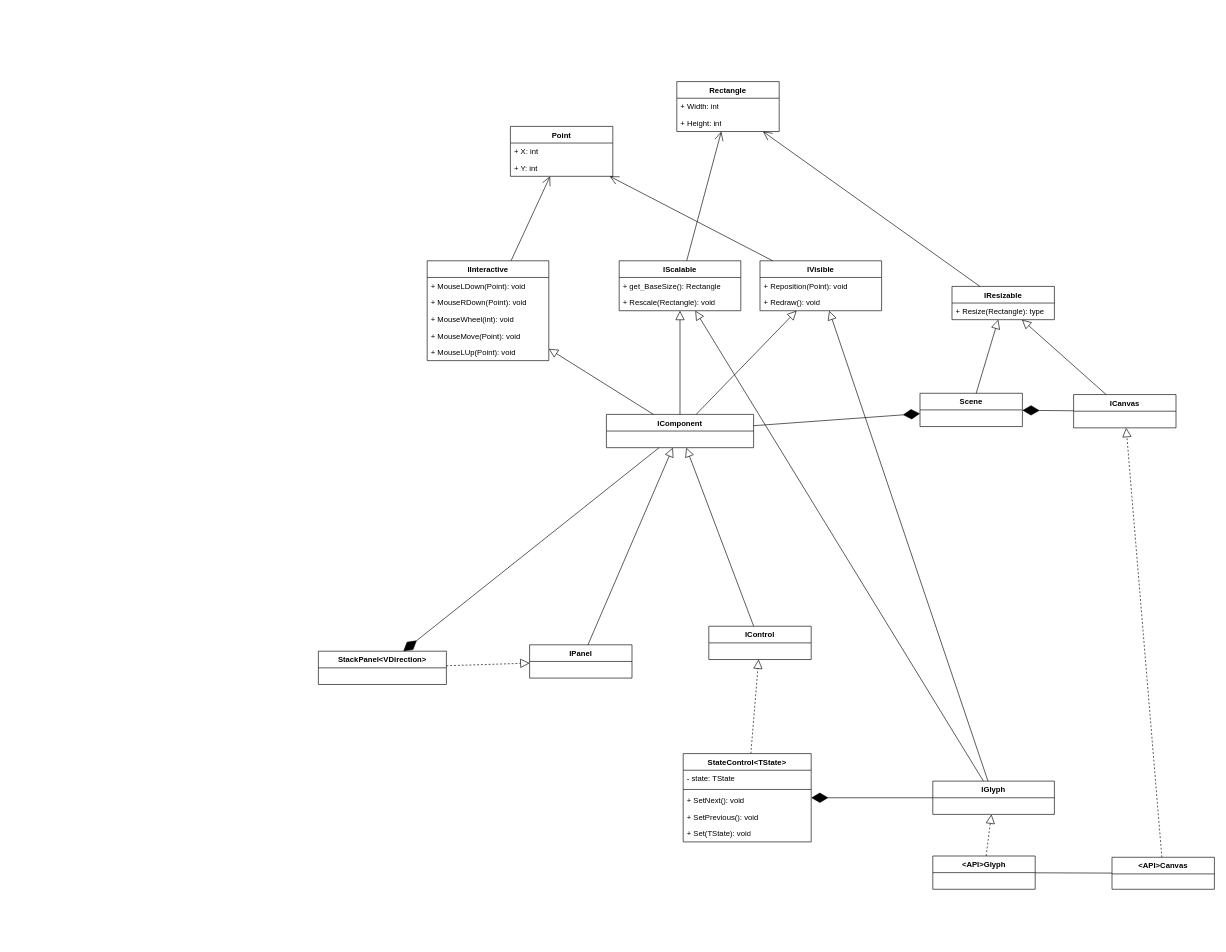
Before: doc/ui/class_diagram.drawio in vitalii-samoilenko/voicemeeter-deskband, a draw.io diagram. Source tidied: cells renumbered, new cells numbered last; positions are measured from the earlier drawing's top-left corner, leaving out a move shared by most shapes. Both pictures are drawn from the tidied source at 64%, with x=0, y=0 at pixel (318, 81).
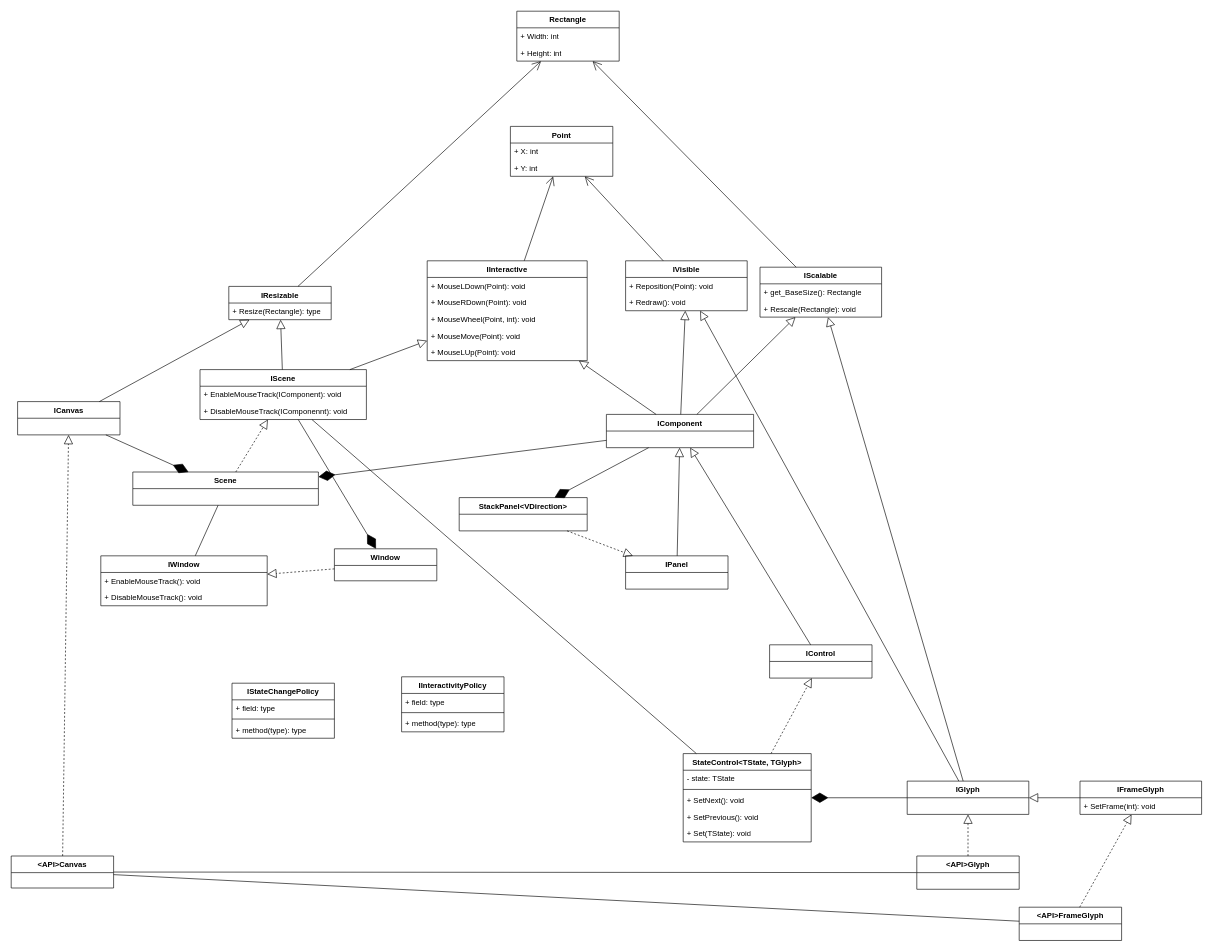
The same diagram, later.

Commit message (it also covers changes not shown here):
Refine class diagram

Diff of the diagram source:
```diff
@@
     <mxCell id="2" value="ICanvas" style="swimlane;fontStyle=1;align=center;verticalAlign=top;horizontal=1;startSize=26;whiteSpace=wrap;html=1;" parent="1" vertex="1">
-      <mxGeometry x="1180" y="489" width="160" height="52" as="geometry" />
+      <mxGeometry x="-470" y="500" width="160" height="52" as="geometry" />
     </mxCell>
     <mxCell id="3" value="IGlyph" style="swimlane;fontStyle=1;align=center;verticalAlign=top;horizontal=1;startSize=26;whiteSpace=wrap;html=1;" parent="1" vertex="1">
-      <mxGeometry x="960" y="1093" width="190" height="52" as="geometry" />
+      <mxGeometry x="920" y="1093" width="190" height="52" as="geometry" />
     </mxCell>
@@
     <mxCell id="5" value="IPanel" style="swimlane;fontStyle=1;align=center;verticalAlign=top;horizontal=1;startSize=26;whiteSpace=wrap;html=1;" parent="1" vertex="1">
-      <mxGeometry x="330" y="880" width="160" height="52" as="geometry" />
+      <mxGeometry x="480" y="741" width="160" height="52" as="geometry" />
     </mxCell>
     <mxCell id="6" value="IControl" style="swimlane;fontStyle=1;align=center;verticalAlign=top;horizontal=1;startSize=26;whiteSpace=wrap;html=1;" parent="1" vertex="1">
-      <mxGeometry x="610" y="851" width="160" height="52" as="geometry" />
+      <mxGeometry x="705" y="880" width="160" height="52" as="geometry" />
     </mxCell>
-    <mxCell id="7" value="StateControl&amp;lt;TState&amp;gt;" style="swimlane;fontStyle=1;align=center;verticalAlign=top;horizontal=1;startSize=26;whiteSpace=wrap;html=1;" parent="1" vertex="1">
+    <mxCell id="7" value="StateControl&amp;lt;TState, TGlyph&amp;gt;" style="swimlane;fontStyle=1;align=center;verticalAlign=top;horizontal=1;startSize=26;whiteSpace=wrap;html=1;" parent="1" vertex="1">
       <mxGeometry x="570" y="1050" width="200" height="138" as="geometry" />
     </mxCell>
@@
     <mxCell id="13" value="Scene" style="swimlane;fontStyle=1;align=center;verticalAlign=top;horizontal=1;startSize=26;whiteSpace=wrap;html=1;" parent="1" vertex="1">
-      <mxGeometry x="940" y="487" width="160" height="52" as="geometry" />
+      <mxGeometry x="-290" y="610" width="290" height="52" as="geometry" />
     </mxCell>
@@
     <mxCell id="23" value="Rectangle" style="swimlane;fontStyle=1;align=center;verticalAlign=top;horizontal=1;startSize=26;whiteSpace=wrap;html=1;" parent="1" vertex="1">
-      <mxGeometry x="560" width="160" height="78" as="geometry" />
+      <mxGeometry x="310" y="-110" width="160" height="78" as="geometry" />
     </mxCell>
@@
     <mxCell id="26" value="StackPanel&amp;lt;VDirection&amp;gt;" style="swimlane;fontStyle=1;align=center;verticalAlign=top;horizontal=1;startSize=26;whiteSpace=wrap;html=1;" parent="1" vertex="1">
-      <mxGeometry y="890" width="200" height="52" as="geometry" />
+      <mxGeometry x="220" y="650" width="200" height="52" as="geometry" />
     </mxCell>
@@
     <mxCell id="29" value="IInteractive" style="swimlane;fontStyle=1;align=center;verticalAlign=top;horizontal=1;startSize=26;whiteSpace=wrap;html=1;" parent="1" vertex="1">
-      <mxGeometry x="170" y="280" width="190" height="156" as="geometry" />
+      <mxGeometry x="170" y="280" width="250" height="156" as="geometry" />
     </mxCell>
     <mxCell id="30" value="+ MouseLDown(Point): void" style="text;strokeColor=none;fillColor=none;align=left;verticalAlign=top;spacingLeft=4;spacingRight=4;overflow=hidden;whiteSpace=wrap;html=1;" parent="29" vertex="1">
-      <mxGeometry y="26" width="190" height="26" as="geometry" />
+      <mxGeometry y="26" width="250" height="26" as="geometry" />
     </mxCell>
     <mxCell id="31" value="+ MouseRDown(Point): void" style="text;strokeColor=none;fillColor=none;align=left;verticalAlign=top;spacingLeft=4;spacingRight=4;overflow=hidden;whiteSpace=wrap;html=1;" parent="29" vertex="1">
-      <mxGeometry y="52" width="190" height="26" as="geometry" />
+      <mxGeometry y="52" width="250" height="26" as="geometry" />
     </mxCell>
-    <mxCell id="32" value="+ MouseWheel(int): void" style="text;strokeColor=none;fillColor=none;align=left;verticalAlign=top;spacingLeft=4;spacingRight=4;overflow=hidden;whiteSpace=wrap;html=1;" parent="29" vertex="1">
-      <mxGeometry y="78" width="190" height="26" as="geometry" />
+    <mxCell id="32" value="+ MouseWheel(Point, int): void" style="text;strokeColor=none;fillColor=none;align=left;verticalAlign=top;spacingLeft=4;spacingRight=4;overflow=hidden;whiteSpace=wrap;html=1;" parent="29" vertex="1">
+      <mxGeometry y="78" width="250" height="26" as="geometry" />
     </mxCell>
     <mxCell id="33" value="+ MouseMove(Point): void" style="text;strokeColor=none;fillColor=none;align=left;verticalAlign=top;spacingLeft=4;spacingRight=4;overflow=hidden;whiteSpace=wrap;html=1;" parent="29" vertex="1">
-      <mxGeometry y="104" width="190" height="26" as="geometry" />
+      <mxGeometry y="104" width="250" height="26" as="geometry" />
     </mxCell>
     <mxCell id="34" value="+ MouseLUp(Point): void" style="text;strokeColor=none;fillColor=none;align=left;verticalAlign=top;spacingLeft=4;spacingRight=4;overflow=hidden;whiteSpace=wrap;html=1;" parent="29" vertex="1">
-      <mxGeometry y="130" width="190" height="26" as="geometry" />
+      <mxGeometry y="130" width="250" height="26" as="geometry" />
     </mxCell>
     <mxCell id="35" value="IScalable" style="swimlane;fontStyle=1;align=center;verticalAlign=top;horizontal=1;startSize=26;whiteSpace=wrap;html=1;" parent="1" vertex="1">
-      <mxGeometry x="470" y="280" width="190" height="78" as="geometry" />
+      <mxGeometry x="690" y="290" width="190" height="78" as="geometry" />
     </mxCell>
@@
     <mxCell id="38" value="IVisible" style="swimlane;fontStyle=1;align=center;verticalAlign=top;horizontal=1;startSize=26;whiteSpace=wrap;html=1;" parent="1" vertex="1">
-      <mxGeometry x="690" y="280" width="190" height="78" as="geometry" />
+      <mxGeometry x="480" y="280" width="190" height="78" as="geometry" />
     </mxCell>
@@
     <mxCell id="41" value="IResizable" style="swimlane;fontStyle=1;align=center;verticalAlign=top;horizontal=1;startSize=26;whiteSpace=wrap;html=1;" parent="1" vertex="1">
-      <mxGeometry x="990" y="320" width="160" height="52" as="geometry" />
+      <mxGeometry x="-140" y="320" width="160" height="52" as="geometry" />
     </mxCell>
@@
-    <mxCell id="43" style="endArrow=block;endFill=0;endSize=12;html=1;rounded=0;" parent="1" edge="1" source="13" target="41">
+    <mxCell id="43" style="endArrow=block;endFill=0;endSize=12;html=1;rounded=0;dashed=1;" parent="1" edge="1" source="13" target="65">
       <mxGeometry relative="1" as="geometry" />
     </mxCell>
@@
     <mxCell id="50" value="&amp;lt;API&amp;gt;Glyph" style="swimlane;fontStyle=1;align=center;verticalAlign=top;horizontal=1;startSize=26;whiteSpace=wrap;html=1;" parent="1" vertex="1">
-      <mxGeometry x="960" y="1210" width="160" height="52" as="geometry" />
+      <mxGeometry x="935" y="1210" width="160" height="52" as="geometry" />
     </mxCell>
     <mxCell id="51" value="&amp;lt;API&amp;gt;Canvas" style="swimlane;fontStyle=1;align=center;verticalAlign=top;horizontal=1;startSize=26;whiteSpace=wrap;html=1;" parent="1" vertex="1">
-      <mxGeometry x="1240" y="1212" width="160" height="50" as="geometry" />
+      <mxGeometry x="-480" y="1210" width="160" height="50" as="geometry" />
     </mxCell>
@@
+    <mxCell id="59" value="IFrameGlyph" style="swimlane;fontStyle=1;align=center;verticalAlign=top;horizontal=1;startSize=26;whiteSpace=wrap;html=1;" parent="1" vertex="1">
+      <mxGeometry x="1190" y="1093" width="190" height="52" as="geometry" />
+    </mxCell>
+    <mxCell id="60" value="+ SetFrame(int): void" style="text;strokeColor=none;fillColor=none;align=left;verticalAlign=top;spacingLeft=4;spacingRight=4;overflow=hidden;whiteSpace=wrap;html=1;" parent="59" vertex="1">
+      <mxGeometry y="26" width="190" height="26" as="geometry" />
+    </mxCell>
+    <mxCell id="61" style="endArrow=block;endFill=0;endSize=12;html=1;rounded=0;" parent="1" edge="1" source="59" target="3">
+      <mxGeometry relative="1" as="geometry" />
+    </mxCell>
+    <mxCell id="62" value="IWindow" style="swimlane;fontStyle=1;align=center;verticalAlign=top;horizontal=1;startSize=26;whiteSpace=wrap;html=1;" parent="1" vertex="1">
+      <mxGeometry x="-340" y="741" width="260" height="78" as="geometry" />
+    </mxCell>
+    <mxCell id="63" value="+ EnableMouseTrack(): void" style="text;strokeColor=none;fillColor=none;align=left;verticalAlign=top;spacingLeft=4;spacingRight=4;overflow=hidden;whiteSpace=wrap;html=1;" parent="62" vertex="1">
+      <mxGeometry y="26" width="260" height="26" as="geometry" />
+    </mxCell>
+    <mxCell id="64" value="+ DisableMouseTrack(): void" style="text;strokeColor=none;fillColor=none;align=left;verticalAlign=top;spacingLeft=4;spacingRight=4;overflow=hidden;whiteSpace=wrap;html=1;" parent="62" vertex="1">
+      <mxGeometry y="52" width="260" height="26" as="geometry" />
+    </mxCell>
+    <mxCell id="65" value="IScene" style="swimlane;fontStyle=1;align=center;verticalAlign=top;horizontal=1;startSize=26;whiteSpace=wrap;html=1;" parent="1" vertex="1">
+      <mxGeometry x="-185" y="450" width="260" height="78" as="geometry" />
+    </mxCell>
+    <mxCell id="66" value="+ EnableMouseTrack(IComponent): void" style="text;strokeColor=none;fillColor=none;align=left;verticalAlign=top;spacingLeft=4;spacingRight=4;overflow=hidden;whiteSpace=wrap;html=1;" parent="65" vertex="1">
+      <mxGeometry y="26" width="260" height="26" as="geometry" />
+    </mxCell>
+    <mxCell id="67" value="+ DisableMouseTrack(IComponennt): void" style="text;strokeColor=none;fillColor=none;align=left;verticalAlign=top;spacingLeft=4;spacingRight=4;overflow=hidden;whiteSpace=wrap;html=1;" parent="65" vertex="1">
+      <mxGeometry y="52" width="260" height="26" as="geometry" />
+    </mxCell>
+    <mxCell id="68" style="endArrow=block;endFill=0;endSize=12;html=1;rounded=0;" parent="1" edge="1" source="65" target="41">
+      <mxGeometry relative="1" as="geometry" />
+    </mxCell>
+    <mxCell id="69" style="endArrow=block;endFill=0;endSize=12;html=1;rounded=0;" parent="1" edge="1" source="65" target="29">
+      <mxGeometry relative="1" as="geometry" />
+    </mxCell>
+    <mxCell id="70" value="Window" style="swimlane;fontStyle=1;align=center;verticalAlign=top;horizontal=1;startSize=26;whiteSpace=wrap;html=1;" parent="1" vertex="1">
+      <mxGeometry x="25" y="730" width="160" height="50" as="geometry" />
+    </mxCell>
+    <mxCell id="71" style="endArrow=block;endFill=0;endSize=12;html=1;rounded=0;dashed=1;" parent="1" edge="1" source="70" target="62">
+      <mxGeometry relative="1" as="geometry" />
+    </mxCell>
+    <mxCell id="72" style="endArrow=none;endFill=0;endSize=12;html=1;rounded=0;" parent="1" edge="1" source="62" target="13">
+      <mxGeometry relative="1" as="geometry" />
+    </mxCell>
+    <mxCell id="73" style="endArrow=diamondThin;endFill=1;endSize=24;html=1;rounded=0;" parent="1" edge="1" source="65" target="70">
+      <mxGeometry relative="1" as="geometry" />
+    </mxCell>
+    <mxCell id="74" value="&amp;lt;API&amp;gt;FrameGlyph" style="swimlane;fontStyle=1;align=center;verticalAlign=top;horizontal=1;startSize=26;whiteSpace=wrap;html=1;" parent="1" vertex="1">
+      <mxGeometry x="1095" y="1290" width="160" height="52" as="geometry" />
+    </mxCell>
+    <mxCell id="75" style="endArrow=block;dashed=1;endFill=0;endSize=12;html=1;rounded=0;" parent="1" edge="1" source="74" target="59">
+      <mxGeometry relative="1" as="geometry" />
+    </mxCell>
+    <mxCell id="76" style="endArrow=none;endFill=0;endSize=12;html=1;rounded=0;" parent="1" edge="1" source="74" target="51">
+      <mxGeometry relative="1" as="geometry" />
+    </mxCell>
+    <mxCell id="77" style="endArrow=none;endFill=0;endSize=12;html=1;rounded=0;" parent="1" edge="1" source="7" target="65">
+      <mxGeometry relative="1" as="geometry" />
+    </mxCell>
+    <mxCell id="78" value="IStateChangePolicy" style="swimlane;fontStyle=1;align=center;verticalAlign=top;horizontal=1;startSize=26;whiteSpace=wrap;html=1;" parent="1" vertex="1">
+      <mxGeometry x="-135" y="940" width="160" height="86" as="geometry" />
+    </mxCell>
+    <mxCell id="79" value="+ field: type" style="text;strokeColor=none;fillColor=none;align=left;verticalAlign=top;spacingLeft=4;spacingRight=4;overflow=hidden;whiteSpace=wrap;html=1;" parent="78" vertex="1">
+      <mxGeometry y="26" width="160" height="26" as="geometry" />
+    </mxCell>
+    <mxCell id="80" style="line;strokeWidth=1;fillColor=none;align=left;verticalAlign=middle;spacingTop=-1;spacingLeft=3;spacingRight=3;labelPosition=right;strokeColor=inherit;" parent="78" vertex="1">
+      <mxGeometry y="52" width="160" height="8" as="geometry" />
+    </mxCell>
+    <mxCell id="81" value="+ method(type): type" style="text;strokeColor=none;fillColor=none;align=left;verticalAlign=top;spacingLeft=4;spacingRight=4;overflow=hidden;whiteSpace=wrap;html=1;" parent="78" vertex="1">
+      <mxGeometry y="60" width="160" height="26" as="geometry" />
+    </mxCell>
+    <mxCell id="82" value="IInteractivityPolicy" style="swimlane;fontStyle=1;align=center;verticalAlign=top;horizontal=1;startSize=26;whiteSpace=wrap;html=1;" parent="1" vertex="1">
+      <mxGeometry x="130" y="930" width="160" height="86" as="geometry" />
+    </mxCell>
+    <mxCell id="83" value="+ field: type" style="text;strokeColor=none;fillColor=none;align=left;verticalAlign=top;spacingLeft=4;spacingRight=4;overflow=hidden;whiteSpace=wrap;html=1;" parent="82" vertex="1">
+      <mxGeometry y="26" width="160" height="26" as="geometry" />
+    </mxCell>
+    <mxCell id="84" style="line;strokeWidth=1;fillColor=none;align=left;verticalAlign=middle;spacingTop=-1;spacingLeft=3;spacingRight=3;labelPosition=right;strokeColor=inherit;" parent="82" vertex="1">
+      <mxGeometry y="52" width="160" height="8" as="geometry" />
+    </mxCell>
+    <mxCell id="85" value="+ method(type): type" style="text;strokeColor=none;fillColor=none;align=left;verticalAlign=top;spacingLeft=4;spacingRight=4;overflow=hidden;whiteSpace=wrap;html=1;" parent="82" vertex="1">
+      <mxGeometry y="60" width="160" height="26" as="geometry" />
+    </mxCell>
```
